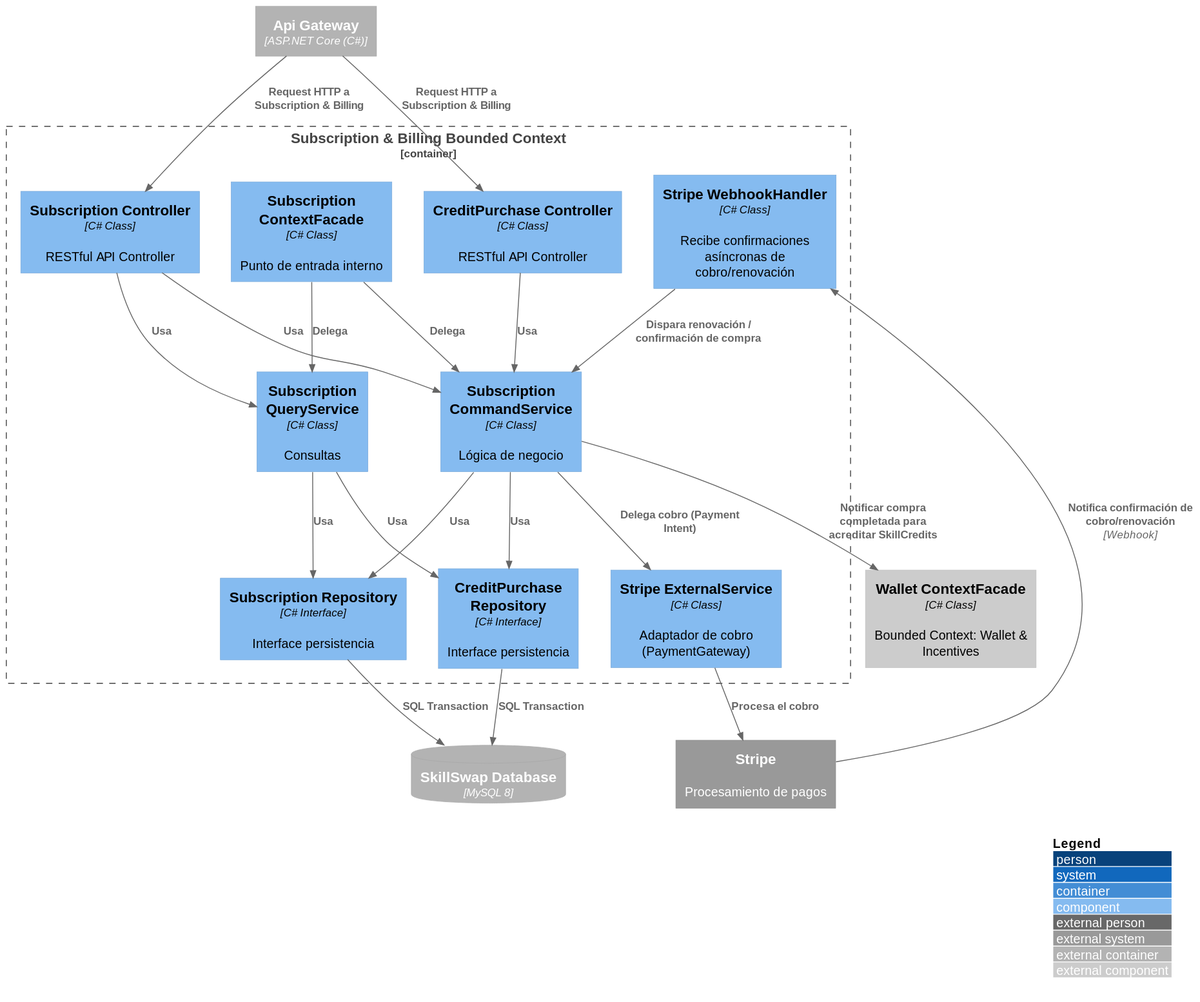
Earlier version of the PlantUML export images-doc/SubscriptionBillingComponent.svg (Aplicaciones-Dispositivos-Moviles/SkillSwap-ProjectReport).
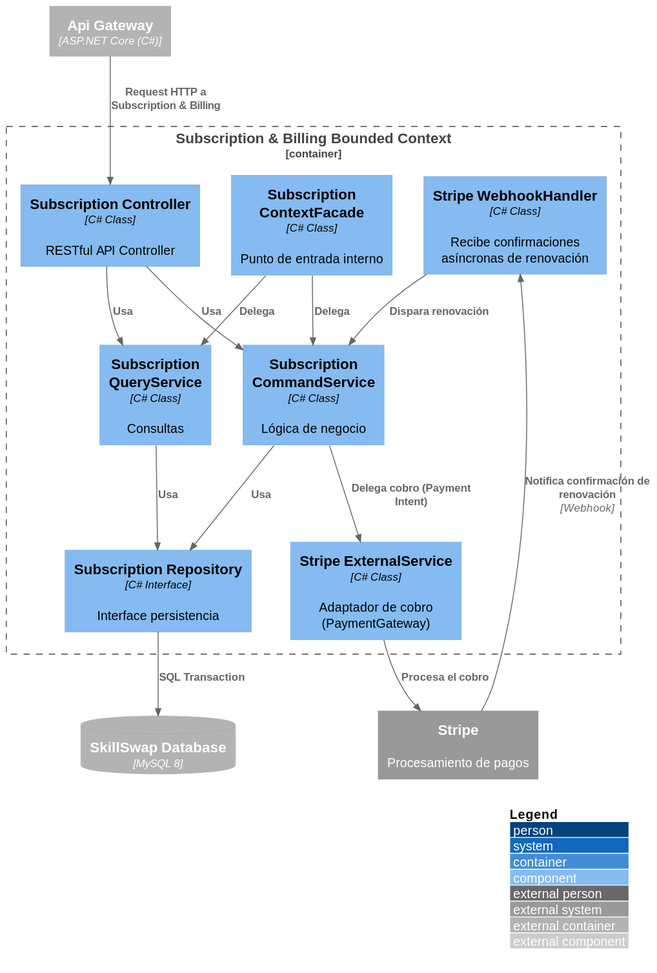
The same file after the commit.

What changed in the source:
```diff
@@ -9,39 +9,28 @@
 
 Container_Boundary(subscriptionBC, "Subscription & Billing Bounded Context") {
     Component(subscriptionController, "Subscription Controller", "C# Class", "RESTful API Controller")
-    Component(creditPurchaseController, "CreditPurchase Controller", "C# Class", "RESTful API Controller")
     Component(subscriptionCommandService, "Subscription CommandService", "C# Class", "Lógica de negocio")
     Component(subscriptionQueryService, "Subscription QueryService", "C# Class", "Consultas")
     Component(subscriptionRepository, "Subscription Repository", "C# Interface", "Interface persistencia")
-    Component(creditPurchaseRepository, "CreditPurchase Repository", "C# Interface", "Interface persistencia")
     Component(stripeGatewayExternal, "Stripe ExternalService", "C# Class", "Adaptador de cobro (PaymentGateway)")
-    Component(webhookHandler, "Stripe WebhookHandler", "C# Class", "Recibe confirmaciones asíncronas de cobro/renovación")
+    Component(webhookHandler, "Stripe WebhookHandler", "C# Class", "Recibe confirmaciones asíncronas de renovación")
     Component(subscriptionContextFacade, "Subscription ContextFacade", "C# Class", "Punto de entrada interno")
 }
 
-Component_Ext(walletContextFacade, "Wallet ContextFacade", "C# Class", "Bounded Context: Wallet & Incentives")
-
 Rel(apiGateway, subscriptionController, "Request HTTP a Subscription & Billing")
-Rel(apiGateway, creditPurchaseController, "Request HTTP a Subscription & Billing")
 
 Rel(subscriptionController, subscriptionCommandService, "Usa")
 Rel(subscriptionController, subscriptionQueryService, "Usa")
-Rel(creditPurchaseController, subscriptionCommandService, "Usa")
 
 Rel(subscriptionCommandService, subscriptionRepository, "Usa")
-Rel(subscriptionCommandService, creditPurchaseRepository, "Usa")
 Rel(subscriptionQueryService, subscriptionRepository, "Usa")
-Rel(subscriptionQueryService, creditPurchaseRepository, "Usa")
 Rel(subscriptionRepository, mainDB, "SQL Transaction")
-Rel(creditPurchaseRepository, mainDB, "SQL Transaction")
 
 Rel(subscriptionCommandService, stripeGatewayExternal, "Delega cobro (Payment Intent)")
 Rel(stripeGatewayExternal, stripeApi, "Procesa el cobro")
 
-Rel(stripeApi, webhookHandler, "Notifica confirmación de cobro/renovación", "Webhook")
-Rel(webhookHandler, subscriptionCommandService, "Dispara renovación / confirmación de compra")
-
-Rel(subscriptionCommandService, walletContextFacade, "Notificar compra completada para acreditar SkillCredits")
+Rel(stripeApi, webhookHandler, "Notifica confirmación de renovación", "Webhook")
+Rel(webhookHandler, subscriptionCommandService, "Dispara renovación")
 
 Rel(subscriptionContextFacade, subscriptionCommandService, "Delega")
 Rel(subscriptionContextFacade, subscriptionQueryService, "Delega")
```
